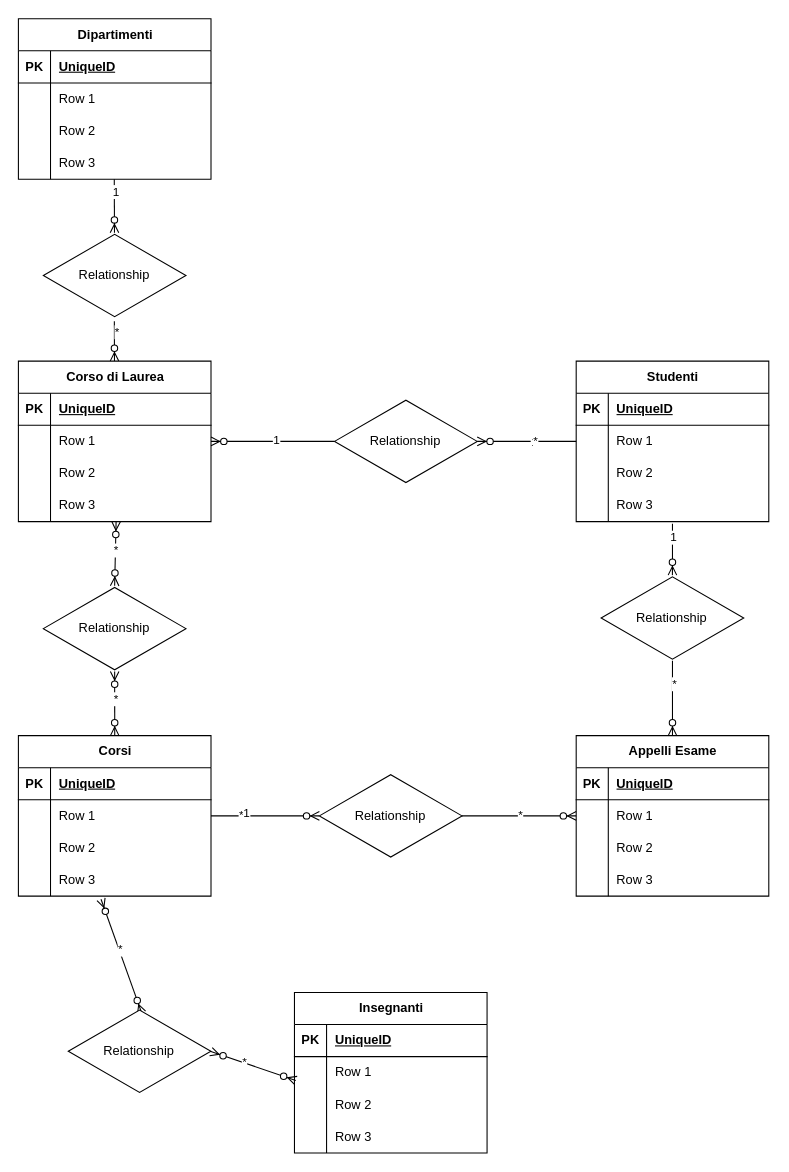
Before: schema.drawio in angeloren92/db-university, a draw.io diagram. Source tidied: cells renumbered, new cells numbered last; positions are measured from the earlier drawing's top-left corner, leaving out a move shared by most shapes. Both pictures are drawn from the tidied source at 107%, with x=0, y=0 at pixel (18, 18).
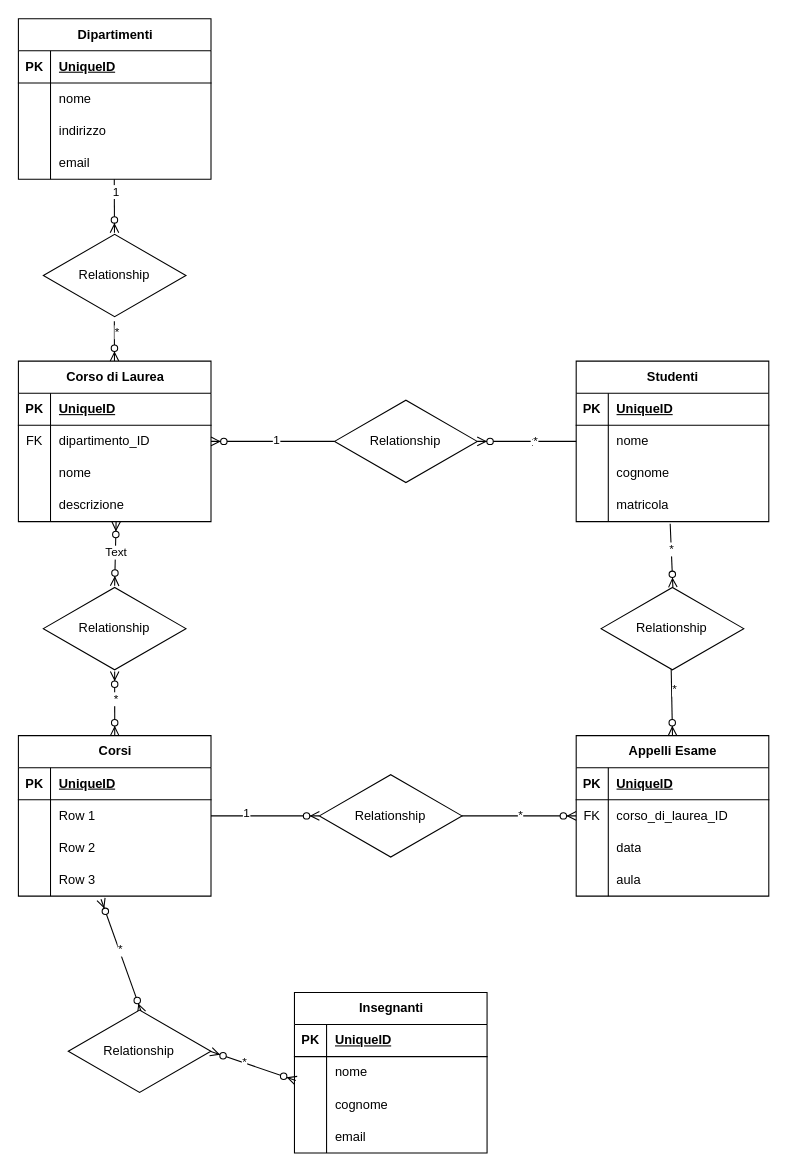
The same diagram, later.

Unchanged cells that the change refers to:
```xml
<mxCell id="11" style="shape=tableRow;horizontal=0;startSize=0;swimlaneHead=0;swimlaneBody=0;fillColor=none;points=[[0,0.5],[1,0.5]];portConstraint=eastwest;top=0;left=0;right=0;bottom=0;" parent="7" vertex="1">
  <mxGeometry y="60" width="180" height="30" as="geometry" />
</mxCell>
<mxCell id="14" style="shape=tableRow;horizontal=0;startSize=0;swimlaneHead=0;swimlaneBody=0;fillColor=none;top=0;left=0;right=0;bottom=0;" parent="7" vertex="1">
  <mxGeometry y="90" width="180" height="30" as="geometry" />
</mxCell>
<mxCell id="17" style="shape=tableRow;horizontal=0;startSize=0;swimlaneHead=0;swimlaneBody=0;fillColor=none;top=0;left=0;right=0;bottom=0;" parent="7" vertex="1">
  <mxGeometry y="120" width="180" height="30" as="geometry" />
</mxCell>
<mxCell id="24" style="shape=tableRow;horizontal=0;startSize=0;swimlaneHead=0;swimlaneBody=0;fillColor=none;top=0;left=0;right=0;bottom=0;" parent="20" vertex="1">
  <mxGeometry y="60" width="180" height="30" as="geometry" />
</mxCell>
<mxCell id="27" style="shape=tableRow;horizontal=0;startSize=0;swimlaneHead=0;swimlaneBody=0;fillColor=none;top=0;left=0;right=0;bottom=0;" parent="20" vertex="1">
  <mxGeometry y="90" width="180" height="30" as="geometry" />
</mxCell>
<mxCell id="30" style="shape=tableRow;horizontal=0;startSize=0;swimlaneHead=0;swimlaneBody=0;fillColor=none;top=0;left=0;right=0;bottom=0;" parent="20" vertex="1">
  <mxGeometry y="120" width="180" height="30" as="geometry" />
</mxCell>
<mxCell id="46" style="fontSize=12;html=1;endArrow=ERzeroToMany;endFill=1;startArrow=ERzeroToMany;rounded=0;exitX=0.5;exitY=0;exitDx=0;exitDy=0;" parent="1" edge="1" source="50">
  <mxGeometry relative="1" as="geometry">
    <mxPoint x="91" y="470" as="targetPoint" />
  </mxGeometry>
</mxCell>
<mxCell id="55" style="shape=tableRow;horizontal=0;startSize=0;swimlaneHead=0;swimlaneBody=0;fillColor=none;points=[[0,0.5],[1,0.5]];portConstraint=eastwest;top=0;left=0;right=0;bottom=0;" parent="51" vertex="1">
  <mxGeometry y="60" width="180" height="30" as="geometry" />
</mxCell>
<mxCell id="58" style="shape=tableRow;horizontal=0;startSize=0;swimlaneHead=0;swimlaneBody=0;fillColor=none;top=0;left=0;right=0;bottom=0;" parent="51" vertex="1">
  <mxGeometry y="90" width="180" height="30" as="geometry" />
</mxCell>
<mxCell id="61" style="shape=tableRow;horizontal=0;startSize=0;swimlaneHead=0;swimlaneBody=0;fillColor=none;top=0;left=0;right=0;bottom=0;" parent="51" vertex="1">
  <mxGeometry y="120" width="180" height="30" as="geometry" />
</mxCell>
<mxCell id="69" value="Appelli Esame" style="shape=table;startSize=30;childLayout=tableLayout;rowLines=0;fontStyle=1;align=center;html=1;" parent="1" vertex="1">
  <mxGeometry x="521" y="670" width="180" height="150" as="geometry" />
</mxCell>
<mxCell id="73" style="shape=tableRow;horizontal=0;startSize=0;swimlaneHead=0;swimlaneBody=0;fillColor=none;points=[[0,0.5],[1,0.5]];portConstraint=eastwest;top=0;left=0;right=0;bottom=0;" parent="69" vertex="1">
  <mxGeometry y="60" width="180" height="30" as="geometry" />
</mxCell>
<mxCell id="76" style="shape=tableRow;horizontal=0;startSize=0;swimlaneHead=0;swimlaneBody=0;fillColor=none;top=0;left=0;right=0;bottom=0;" parent="69" vertex="1">
  <mxGeometry y="90" width="180" height="30" as="geometry" />
</mxCell>
<mxCell id="79" style="shape=tableRow;horizontal=0;startSize=0;swimlaneHead=0;swimlaneBody=0;fillColor=none;top=0;left=0;right=0;bottom=0;" parent="69" vertex="1">
  <mxGeometry y="120" width="180" height="30" as="geometry" />
</mxCell>
<mxCell id="84" style="fontSize=12;html=1;endArrow=ERzeroToMany;endFill=1;exitX=1;exitY=0.5;exitDx=0;exitDy=0;rounded=1;curved=0;entryX=0;entryY=0.5;entryDx=0;entryDy=0;" parent="1" edge="1" source="37" target="87">
  <mxGeometry relative="1" as="geometry" />
</mxCell>
<mxCell id="92" style="shape=tableRow;horizontal=0;startSize=0;swimlaneHead=0;swimlaneBody=0;fillColor=none;points=[[0,0.5],[1,0.5]];portConstraint=eastwest;top=0;left=0;right=0;bottom=0;" parent="88" vertex="1">
  <mxGeometry y="60" width="180" height="30" as="geometry" />
</mxCell>
<mxCell id="95" style="shape=tableRow;horizontal=0;startSize=0;swimlaneHead=0;swimlaneBody=0;fillColor=none;top=0;left=0;right=0;bottom=0;" parent="88" vertex="1">
  <mxGeometry y="90" width="180" height="30" as="geometry" />
</mxCell>
<mxCell id="98" style="shape=tableRow;horizontal=0;startSize=0;swimlaneHead=0;swimlaneBody=0;fillColor=none;points=[[0,0.5],[1,0.5]];portConstraint=eastwest;top=0;left=0;right=0;bottom=0;" parent="88" vertex="1">
  <mxGeometry y="120" width="180" height="30" as="geometry" />
</mxCell>
```

What changed in the source:
```diff
@@
-    <mxCell id="12" style="shape=partialRectangle;fillColor=none;top=0;left=0;bottom=0;right=0;overflow=hidden;whiteSpace=wrap;html=1;" parent="11" vertex="1">
+    <mxCell id="12" value="FK" style="shape=partialRectangle;fillColor=none;top=0;left=0;bottom=0;right=0;overflow=hidden;whiteSpace=wrap;html=1;" parent="11" vertex="1">
       <mxGeometry width="30" height="30" as="geometry" />
     </mxCell>
-    <mxCell id="13" value="Row 1" style="shape=partialRectangle;fillColor=none;top=0;left=0;bottom=0;right=0;align=left;spacingLeft=6;overflow=hidden;whiteSpace=wrap;html=1;" parent="11" vertex="1">
+    <mxCell id="13" value="dipartimento_ID" style="shape=partialRectangle;fillColor=none;top=0;left=0;bottom=0;right=0;align=left;spacingLeft=6;overflow=hidden;whiteSpace=wrap;html=1;" parent="11" vertex="1">
       <mxGeometry x="30" width="150" height="30" as="geometry" />
     </mxCell>
@@
-    <mxCell id="16" value="Row 2" style="shape=partialRectangle;fillColor=none;top=0;left=0;bottom=0;right=0;align=left;spacingLeft=6;overflow=hidden;whiteSpace=wrap;html=1;" parent="14" vertex="1">
+    <mxCell id="16" value="nome" style="shape=partialRectangle;fillColor=none;top=0;left=0;bottom=0;right=0;align=left;spacingLeft=6;overflow=hidden;whiteSpace=wrap;html=1;" parent="14" vertex="1">
       <mxGeometry x="30" width="150" height="30" as="geometry" />
     </mxCell>
@@
-    <mxCell id="19" value="Row 3" style="shape=partialRectangle;fillColor=none;top=0;left=0;bottom=0;right=0;align=left;spacingLeft=6;overflow=hidden;whiteSpace=wrap;html=1;" parent="17" vertex="1">
+    <mxCell id="19" value="descrizione" style="shape=partialRectangle;fillColor=none;top=0;left=0;bottom=0;right=0;align=left;spacingLeft=6;overflow=hidden;whiteSpace=wrap;html=1;" parent="17" vertex="1">
       <mxGeometry x="30" width="150" height="30" as="geometry" />
     </mxCell>
@@
-    <mxCell id="26" value="Row 1" style="shape=partialRectangle;fillColor=none;top=0;left=0;bottom=0;right=0;align=left;spacingLeft=6;overflow=hidden;whiteSpace=wrap;html=1;" parent="24" vertex="1">
+    <mxCell id="26" value="nome" style="shape=partialRectangle;fillColor=none;top=0;left=0;bottom=0;right=0;align=left;spacingLeft=6;overflow=hidden;whiteSpace=wrap;html=1;" parent="24" vertex="1">
       <mxGeometry x="30" width="150" height="30" as="geometry" />
     </mxCell>
@@
-    <mxCell id="29" value="Row 2" style="shape=partialRectangle;fillColor=none;top=0;left=0;bottom=0;right=0;align=left;spacingLeft=6;overflow=hidden;whiteSpace=wrap;html=1;" parent="27" vertex="1">
+    <mxCell id="29" value="indirizzo" style="shape=partialRectangle;fillColor=none;top=0;left=0;bottom=0;right=0;align=left;spacingLeft=6;overflow=hidden;whiteSpace=wrap;html=1;" parent="27" vertex="1">
       <mxGeometry x="30" width="150" height="30" as="geometry" />
     </mxCell>
@@
-    <mxCell id="32" value="Row 3" style="shape=partialRectangle;fillColor=none;top=0;left=0;bottom=0;right=0;align=left;spacingLeft=6;overflow=hidden;whiteSpace=wrap;html=1;" parent="30" vertex="1">
+    <mxCell id="32" value="email" style="shape=partialRectangle;fillColor=none;top=0;left=0;bottom=0;right=0;align=left;spacingLeft=6;overflow=hidden;whiteSpace=wrap;html=1;" parent="30" vertex="1">
       <mxGeometry x="30" width="150" height="30" as="geometry" />
     </mxCell>
@@
-    <mxCell id="47" value="*" style="edgeLabel;html=1;align=center;verticalAlign=middle;" parent="46" vertex="1">
-      <mxGeometry x="0.12" relative="1" as="geometry" />
-    </mxCell>
+    <mxCell id="112" value="Text" style="edgeLabel;html=1;align=center;verticalAlign=middle;" parent="46" vertex="1">
+      <mxGeometry x="0.06" relative="1" as="geometry" />
+    </mxCell>
@@
-    <mxCell id="57" value="Row 1" style="shape=partialRectangle;fillColor=none;top=0;left=0;bottom=0;right=0;align=left;spacingLeft=6;overflow=hidden;whiteSpace=wrap;html=1;" parent="55" vertex="1">
+    <mxCell id="57" value="nome" style="shape=partialRectangle;fillColor=none;top=0;left=0;bottom=0;right=0;align=left;spacingLeft=6;overflow=hidden;whiteSpace=wrap;html=1;" parent="55" vertex="1">
       <mxGeometry x="30" width="150" height="30" as="geometry" />
     </mxCell>
@@
-    <mxCell id="60" value="Row 2" style="shape=partialRectangle;fillColor=none;top=0;left=0;bottom=0;right=0;align=left;spacingLeft=6;overflow=hidden;whiteSpace=wrap;html=1;" parent="58" vertex="1">
+    <mxCell id="60" value="cognome" style="shape=partialRectangle;fillColor=none;top=0;left=0;bottom=0;right=0;align=left;spacingLeft=6;overflow=hidden;whiteSpace=wrap;html=1;" parent="58" vertex="1">
       <mxGeometry x="30" width="150" height="30" as="geometry" />
     </mxCell>
@@
-    <mxCell id="63" value="Row 3" style="shape=partialRectangle;fillColor=none;top=0;left=0;bottom=0;right=0;align=left;spacingLeft=6;overflow=hidden;whiteSpace=wrap;html=1;" parent="61" vertex="1">
+    <mxCell id="63" value="email" style="shape=partialRectangle;fillColor=none;top=0;left=0;bottom=0;right=0;align=left;spacingLeft=6;overflow=hidden;whiteSpace=wrap;html=1;" parent="61" vertex="1">
       <mxGeometry x="30" width="150" height="30" as="geometry" />
     </mxCell>
@@
-    <mxCell id="74" style="shape=partialRectangle;fillColor=none;top=0;left=0;bottom=0;right=0;overflow=hidden;whiteSpace=wrap;html=1;" parent="73" vertex="1">
+    <mxCell id="74" value="FK" style="shape=partialRectangle;fillColor=none;top=0;left=0;bottom=0;right=0;overflow=hidden;whiteSpace=wrap;html=1;" parent="73" vertex="1">
       <mxGeometry width="30" height="30" as="geometry" />
     </mxCell>
-    <mxCell id="75" value="Row 1" style="shape=partialRectangle;fillColor=none;top=0;left=0;bottom=0;right=0;align=left;spacingLeft=6;overflow=hidden;whiteSpace=wrap;html=1;" parent="73" vertex="1">
+    <mxCell id="75" value="corso_di_laurea_ID" style="shape=partialRectangle;fillColor=none;top=0;left=0;bottom=0;right=0;align=left;spacingLeft=6;overflow=hidden;whiteSpace=wrap;html=1;" parent="73" vertex="1">
       <mxGeometry x="30" width="150" height="30" as="geometry" />
     </mxCell>
@@
-    <mxCell id="78" value="Row 2" style="shape=partialRectangle;fillColor=none;top=0;left=0;bottom=0;right=0;align=left;spacingLeft=6;overflow=hidden;whiteSpace=wrap;html=1;" parent="76" vertex="1">
+    <mxCell id="78" value="data" style="shape=partialRectangle;fillColor=none;top=0;left=0;bottom=0;right=0;align=left;spacingLeft=6;overflow=hidden;whiteSpace=wrap;html=1;" parent="76" vertex="1">
       <mxGeometry x="30" width="150" height="30" as="geometry" />
     </mxCell>
@@
-    <mxCell id="81" value="Row 3" style="shape=partialRectangle;fillColor=none;top=0;left=0;bottom=0;right=0;align=left;spacingLeft=6;overflow=hidden;whiteSpace=wrap;html=1;" parent="79" vertex="1">
+    <mxCell id="81" value="aula" style="shape=partialRectangle;fillColor=none;top=0;left=0;bottom=0;right=0;align=left;spacingLeft=6;overflow=hidden;whiteSpace=wrap;html=1;" parent="79" vertex="1">
       <mxGeometry x="30" width="150" height="30" as="geometry" />
     </mxCell>
@@
-    <mxCell id="85" value="*" style="edgeLabel;html=1;align=center;verticalAlign=middle;" parent="84" vertex="1">
-      <mxGeometry x="-0.44" y="2" relative="1" as="geometry" />
-    </mxCell>
@@
-    <mxCell id="94" value="Row 1" style="shape=partialRectangle;fillColor=none;top=0;left=0;bottom=0;right=0;align=left;spacingLeft=6;overflow=hidden;whiteSpace=wrap;html=1;" parent="92" vertex="1">
+    <mxCell id="94" value="nome" style="shape=partialRectangle;fillColor=none;top=0;left=0;bottom=0;right=0;align=left;spacingLeft=6;overflow=hidden;whiteSpace=wrap;html=1;" parent="92" vertex="1">
       <mxGeometry x="30" width="150" height="30" as="geometry" />
     </mxCell>
@@
-    <mxCell id="97" value="Row 2" style="shape=partialRectangle;fillColor=none;top=0;left=0;bottom=0;right=0;align=left;spacingLeft=6;overflow=hidden;whiteSpace=wrap;html=1;" parent="95" vertex="1">
+    <mxCell id="97" value="cognome" style="shape=partialRectangle;fillColor=none;top=0;left=0;bottom=0;right=0;align=left;spacingLeft=6;overflow=hidden;whiteSpace=wrap;html=1;" parent="95" vertex="1">
       <mxGeometry x="30" width="150" height="30" as="geometry" />
     </mxCell>
@@
-    <mxCell id="100" value="Row 3" style="shape=partialRectangle;fillColor=none;top=0;left=0;bottom=0;right=0;align=left;spacingLeft=6;overflow=hidden;whiteSpace=wrap;html=1;" parent="98" vertex="1">
+    <mxCell id="100" value="matricola" style="shape=partialRectangle;fillColor=none;top=0;left=0;bottom=0;right=0;align=left;spacingLeft=6;overflow=hidden;whiteSpace=wrap;html=1;" parent="98" vertex="1">
       <mxGeometry x="30" width="150" height="30" as="geometry" />
     </mxCell>
@@
-    <mxCell id="103" style="fontSize=12;html=1;endArrow=ERzeroToMany;endFill=1;rounded=1;curved=0;entryX=0.5;entryY=0;entryDx=0;entryDy=0;" parent="1" edge="1" source="107" target="69">
+    <mxCell id="103" style="fontSize=12;html=1;endArrow=ERzeroToMany;endFill=1;rounded=1;curved=0;entryX=0.5;entryY=0;entryDx=0;entryDy=0;exitX=0.491;exitY=0.953;exitDx=0;exitDy=0;exitPerimeter=0;" parent="1" edge="1" source="107" target="69">
       <mxGeometry relative="1" as="geometry" />
     </mxCell>
@@
-    <mxCell id="105" style="fontSize=12;html=1;endArrow=ERzeroToMany;endFill=1;rounded=1;curved=0;entryX=0.5;entryY=0;entryDx=0;entryDy=0;" parent="1" edge="1" target="107">
-      <mxGeometry relative="1" as="geometry">
-        <mxPoint x="611" y="472" as="sourcePoint" />
-      </mxGeometry>
+    <mxCell id="105" style="fontSize=12;html=1;endArrow=ERzeroToMany;endFill=1;rounded=1;curved=0;entryX=0.503;entryY=0.016;entryDx=0;entryDy=0;exitX=0.488;exitY=1.067;exitDx=0;exitDy=0;exitPerimeter=0;entryPerimeter=0;" parent="1" edge="1" source="98" target="107">
+      <mxGeometry relative="1" as="geometry" />
     </mxCell>
-    <mxCell id="106" value="1" style="edgeLabel;html=1;align=center;verticalAlign=middle;" parent="105" vertex="1">
-      <mxGeometry x="-0.51" y="1" relative="1" as="geometry" />
-    </mxCell>
+    <mxCell id="113" value="*" style="edgeLabel;html=1;align=center;verticalAlign=middle;" parent="105" vertex="1">
+      <mxGeometry x="-0.2" relative="1" as="geometry" />
+    </mxCell>
     <mxCell id="107" value="Relationship" style="html=1;whiteSpace=wrap;shape=isoRectangle;" parent="1" vertex="1">
-      <mxGeometry x="544.3" y="520" width="133.3" height="80" as="geometry" />
+      <mxGeometry x="544.3" y="530" width="133.3" height="80" as="geometry" />
     </mxCell>
```
